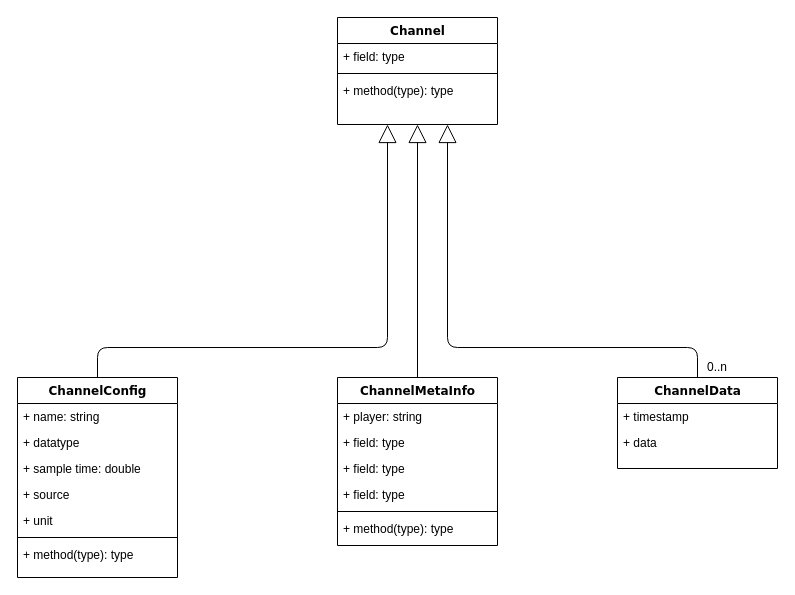
The draw.io diagram channelSchema.drawio in Lycidas0815/try_git, before the edit. Source tidied: cells renumbered, new cells numbered last; positions are measured from the earlier drawing's top-left corner, leaving out a move shared by most shapes. Both pictures are drawn from the tidied source at 100%, with x=0, y=0 at pixel (17, 17).
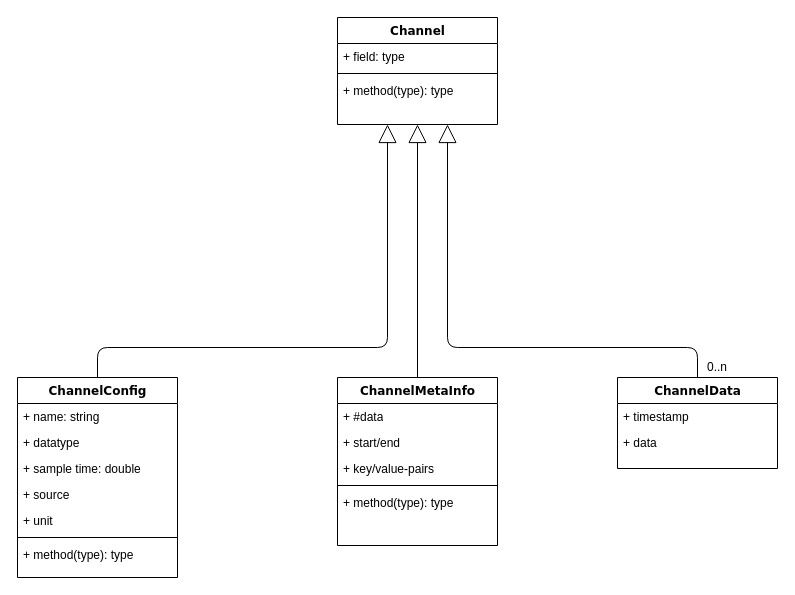
Above is the later version.

The change refers to these unchanged cells:
```xml
<mxCell id="16" value="ChannelMetaInfo" style="swimlane;html=1;fontStyle=1;align=center;verticalAlign=top;horizontal=1;startSize=26;swimlaneFillColor=#ffffff;rounded=0;shadow=0;comic=0;labelBackgroundColor=none;strokeWidth=1;fillColor=none;fontFamily=Verdana;fontSize=12;" parent="1" vertex="1">
  <mxGeometry x="320" y="360" width="160" height="168" as="geometry" />
</mxCell>
```

Diff of the diagram source:
```diff
@@
-    <mxCell id="17" value="+ player: string" style="text;html=1;strokeColor=none;fillColor=none;align=left;verticalAlign=top;spacingLeft=4;spacingRight=4;whiteSpace=wrap;overflow=hidden;" parent="16" vertex="1">
+    <mxCell id="17" value="&lt;div&gt;+ #data&lt;/div&gt;" style="text;html=1;strokeColor=none;fillColor=none;align=left;verticalAlign=top;spacingLeft=4;spacingRight=4;whiteSpace=wrap;overflow=hidden;" parent="16" vertex="1">
       <mxGeometry y="26" width="160" height="26" as="geometry" />
     </mxCell>
-    <mxCell id="18" value="+ field: type" style="text;html=1;strokeColor=none;fillColor=none;align=left;verticalAlign=top;spacingLeft=4;spacingRight=4;whiteSpace=wrap;overflow=hidden;" parent="16" vertex="1">
+    <mxCell id="18" value="+ start/end" style="text;html=1;strokeColor=none;fillColor=none;align=left;verticalAlign=top;spacingLeft=4;spacingRight=4;whiteSpace=wrap;overflow=hidden;" parent="16" vertex="1">
       <mxGeometry y="52" width="160" height="26" as="geometry" />
     </mxCell>
-    <mxCell id="19" value="+ field: type" style="text;html=1;strokeColor=none;fillColor=none;align=left;verticalAlign=top;spacingLeft=4;spacingRight=4;whiteSpace=wrap;overflow=hidden;" parent="16" vertex="1">
+    <mxCell id="19" value="+ key/value-pairs" style="text;html=1;strokeColor=none;fillColor=none;align=left;verticalAlign=top;spacingLeft=4;spacingRight=4;whiteSpace=wrap;overflow=hidden;" parent="16" vertex="1">
       <mxGeometry y="78" width="160" height="26" as="geometry" />
     </mxCell>
-    <mxCell id="20" value="+ field: type" style="text;html=1;strokeColor=none;fillColor=none;align=left;verticalAlign=top;spacingLeft=4;spacingRight=4;whiteSpace=wrap;overflow=hidden;" parent="16" vertex="1">
-      <mxGeometry y="104" width="160" height="26" as="geometry" />
-    </mxCell>
     <mxCell id="21" style="line;html=1;strokeWidth=1;fillColor=none;align=left;verticalAlign=middle;spacingTop=-1;spacingLeft=3;spacingRight=3;labelPosition=right;" parent="16" vertex="1">
-      <mxGeometry y="130" width="160" height="8" as="geometry" />
+      <mxGeometry y="104" width="160" height="8" as="geometry" />
     </mxCell>
     <mxCell id="22" value="+ method(type): type" style="text;html=1;strokeColor=none;fillColor=none;align=left;verticalAlign=top;spacingLeft=4;spacingRight=4;whiteSpace=wrap;overflow=hidden;" parent="16" vertex="1">
-      <mxGeometry y="138" width="160" height="26" as="geometry" />
+      <mxGeometry y="112" width="160" height="26" as="geometry" />
     </mxCell>
```
